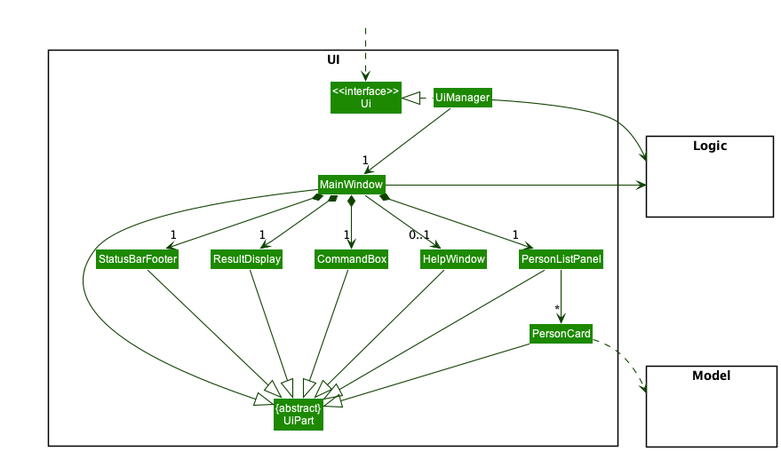
Before: docs/images/UiClassDiagram.png, a diagram exported from PlantUML (nus-cs2103-AY2223S1/tp).
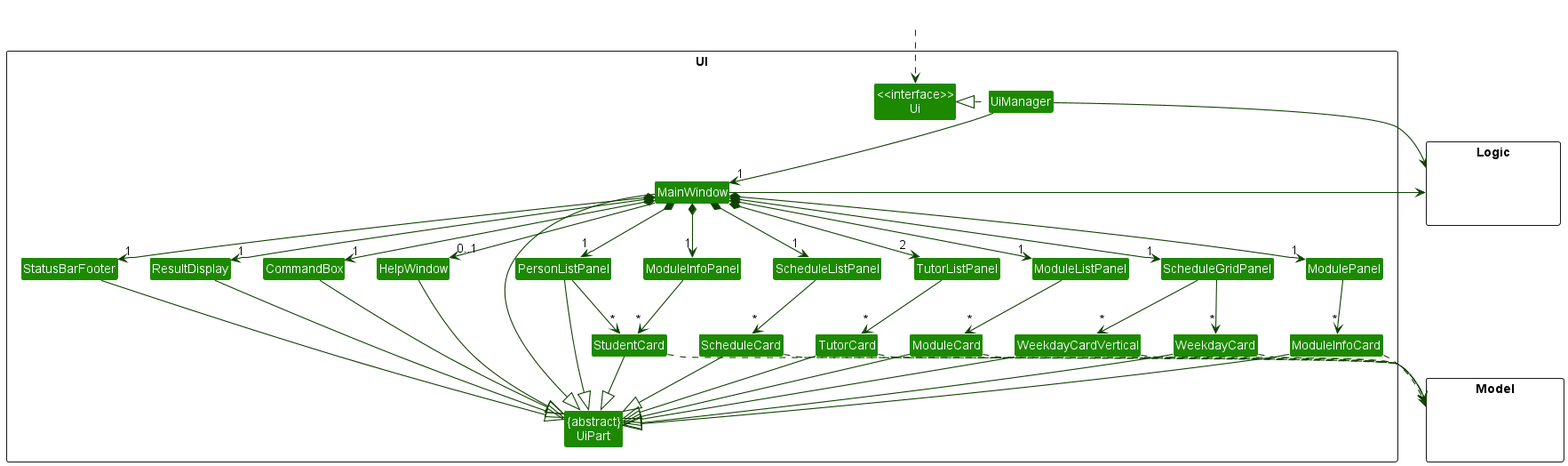
Later version of the same file.

What changed in the source:
```diff
@@ -12,7 +12,19 @@
 Class HelpWindow
 Class ResultDisplay
 Class PersonListPanel
-Class PersonCard
+Class TutorListPanel
+Class ModuleListPanel
+Class ModuleInfoPanel
+Class ModulePanel
+Class ScheduleListPanel
+Class ScheduleGridPanel
+Class StudentCard
+Class TutorCard
+Class ModuleCard
+Class ModuleInfoCard
+Class ScheduleCard
+Class WeekdayCard
+Class WeekdayCardVertical
 Class StatusBarFooter
 Class CommandBox
 }
@@ -33,21 +45,46 @@
 MainWindow *-down->  "1" CommandBox
 MainWindow *-down-> "1" ResultDisplay
 MainWindow *-down-> "1" PersonListPanel
+MainWindow *-down-> "2" TutorListPanel
+MainWindow *-down-> "1" ModuleListPanel
+MainWindow *-down-> "1" ModuleInfoPanel
+MainWindow *-down-> "1" ModulePanel
+MainWindow *-down-> "1" ScheduleListPanel
+MainWindow *-down-> "1" ScheduleGridPanel
 MainWindow *-down-> "1" StatusBarFooter
 MainWindow --> "0..1" HelpWindow
 
-PersonListPanel -down-> "*" PersonCard
+PersonListPanel -down-> "*" StudentCard
+TutorListPanel -down-> "*" TutorCard
+ModuleListPanel -down-> "*" ModuleCard
+ModuleInfoPanel -down-> "*" StudentCard
+ModulePanel -down-> "*" ModuleInfoCard
+ScheduleListPanel -down-> "*" ScheduleCard
+ScheduleGridPanel -down-> "*" WeekdayCard
+ScheduleGridPanel -down-> "*" WeekdayCardVertical
 
 MainWindow -left-|> UiPart
 
 ResultDisplay --|> UiPart
 CommandBox --|> UiPart
 PersonListPanel --|> UiPart
-PersonCard --|> UiPart
+StudentCard --|> UiPart
+TutorCard --|> UiPart
+ModuleCard --|> UiPart
+ModuleInfoCard --|> UiPart
+ScheduleCard --|> UiPart
+WeekdayCard --|> UiPart
+WeekdayCardVertical --|> UiPart
 StatusBarFooter --|> UiPart
 HelpWindow --|> UiPart
 
-PersonCard ..> Model
+StudentCard ..> Model
+TutorCard ..> Model
+ModuleInfoCard ..> Model
+ModuleCard ..> Model
+ScheduleCard ..> Model
+WeekdayCard ..> Model
+WeekdayCardVertical ..> Model
 UiManager -right-> Logic
 MainWindow -left-> Logic
 
```
